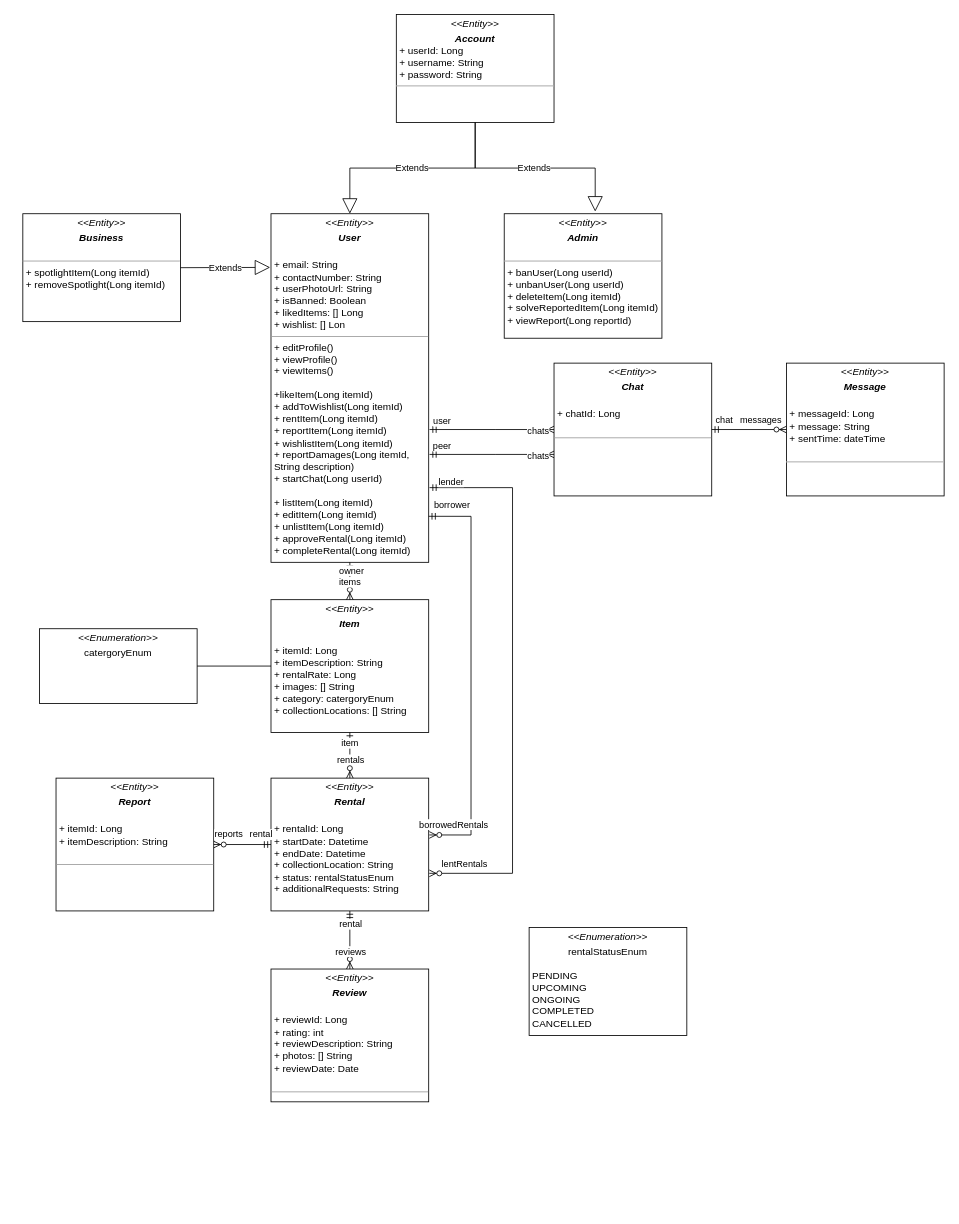
TohDeKai/SharEco keeps this draw.io diagram as Class Diagram.drawio. Above is the earlier version. Source tidied: cells renumbered, new cells numbered last; positions are measured from the earlier drawing's top-left corner, leaving out a move shared by most shapes. Both pictures are drawn from the tidied source at 83%, with x=0, y=0 at pixel (22, 14).
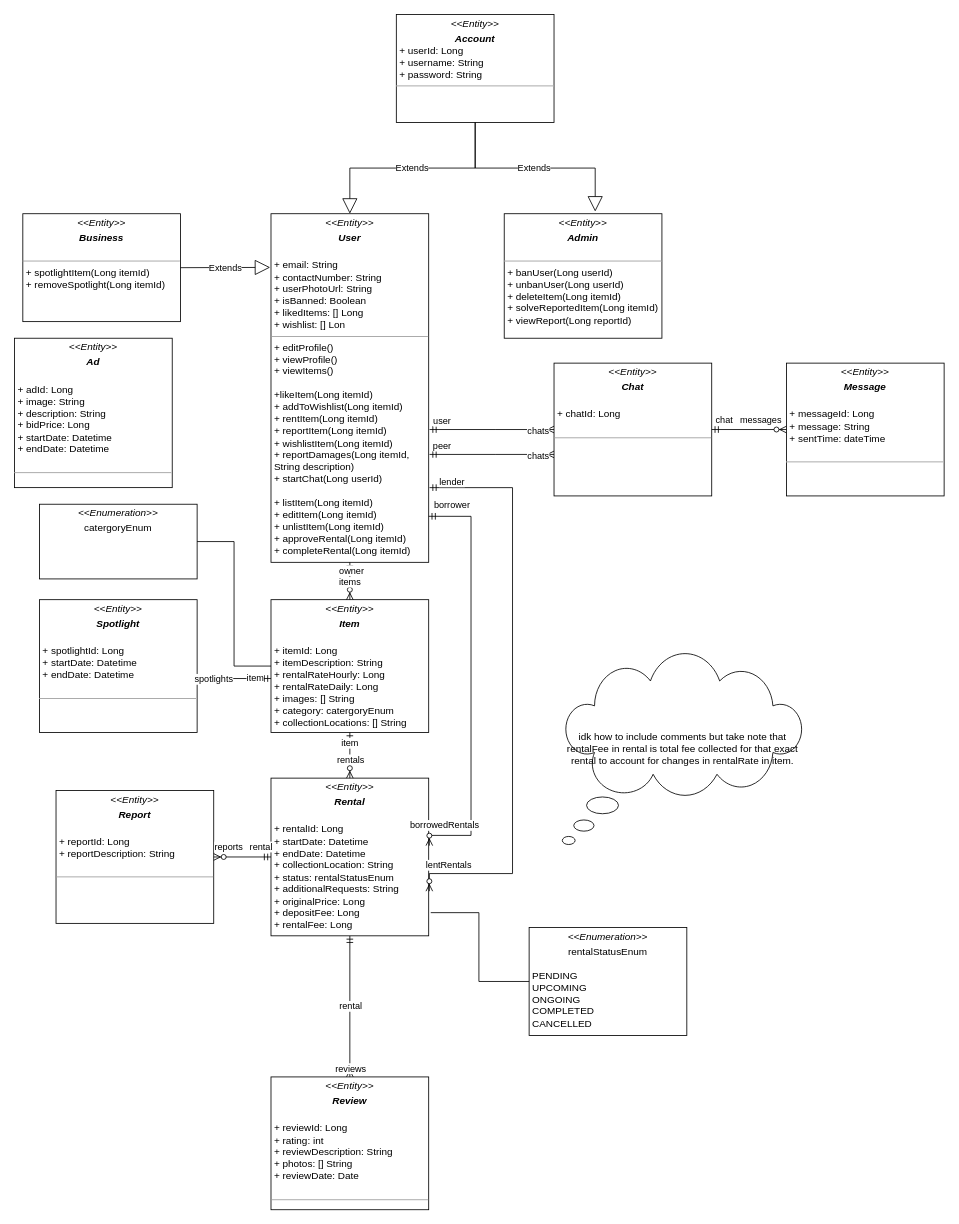
After the change.

The change refers to these unchanged cells:
```xml
<mxCell id="13" style="fontSize=12;html=1;endArrow=ERzeroToMany;startArrow=ERmandOne;rounded=0;exitX=0.5;exitY=1;exitDx=0;exitDy=0;entryX=0.5;entryY=0;entryDx=0;entryDy=0;" parent="1" edge="1" source="17" target="16">
  <mxGeometry relative="1" as="geometry" />
</mxCell>
<mxCell id="19" value="&lt;p style=&quot;margin:0px;margin-top:4px;text-align:center;&quot;&gt;&lt;i&gt;&amp;lt;&amp;lt;Enumeration&amp;gt;&amp;gt;&lt;/i&gt;&lt;/p&gt;&lt;p style=&quot;margin:0px;margin-top:4px;text-align:center;&quot;&gt;rentalStatusEnum&lt;/p&gt;&lt;p style=&quot;margin:0px;margin-left:4px;&quot;&gt;&lt;br&gt;&lt;/p&gt;&lt;p style=&quot;margin:0px;margin-left:4px;&quot;&gt;PENDING&lt;/p&gt;&lt;p style=&quot;margin:0px;margin-left:4px;&quot;&gt;UPCOMING&lt;/p&gt;&lt;p style=&quot;margin:0px;margin-left:4px;&quot;&gt;ONGOING&lt;/p&gt;&lt;p style=&quot;margin:0px;margin-left:4px;&quot;&gt;COMPLETED&lt;/p&gt;&lt;p style=&quot;margin:0px;margin-left:4px;&quot;&gt;CANCELLED&lt;/p&gt;&lt;p style=&quot;margin:0px;margin-left:4px;&quot;&gt;&lt;br&gt;&lt;/p&gt;" style="verticalAlign=top;align=left;overflow=fill;fontSize=12;fontFamily=Helvetica;html=1;whiteSpace=wrap;" parent="1" vertex="1">
  <mxGeometry x="610" y="1100" width="190" height="130" as="geometry" />
</mxCell>
```

What changed in the source:
```diff
@@
-    <mxCell id="9" value="&lt;p style=&quot;margin:0px;margin-top:4px;text-align:center;&quot;&gt;&lt;i&gt;&amp;lt;&amp;lt;Entity&amp;gt;&amp;gt;&lt;/i&gt;&lt;/p&gt;&lt;p style=&quot;margin:0px;margin-top:4px;text-align:center;&quot;&gt;&lt;i&gt;&lt;b&gt;Item&lt;/b&gt;&lt;/i&gt;&lt;br&gt;&lt;/p&gt;&lt;p style=&quot;margin:0px;margin-top:4px;text-align:center;&quot;&gt;&lt;br&gt;&lt;/p&gt;&lt;p style=&quot;margin:0px;margin-left:4px;&quot;&gt;+ itemId: Long&lt;br&gt;&lt;/p&gt;&lt;p style=&quot;margin:0px;margin-left:4px;&quot;&gt;+ itemDescription: String&lt;/p&gt;&lt;p style=&quot;margin:0px;margin-left:4px;&quot;&gt;+ rentalRate: Long&lt;/p&gt;&lt;p style=&quot;margin:0px;margin-left:4px;&quot;&gt;+ images: [] String&lt;/p&gt;&lt;p style=&quot;margin:0px;margin-left:4px;&quot;&gt;+ category: catergoryEnum&lt;/p&gt;&lt;p style=&quot;margin:0px;margin-left:4px;&quot;&gt;+ collectionLocations: [] String&lt;/p&gt;&lt;p style=&quot;margin:0px;margin-left:4px;&quot;&gt;&lt;br&gt;&lt;/p&gt;&lt;p style=&quot;margin:0px;margin-left:4px;&quot;&gt;&lt;br&gt;&lt;/p&gt;&lt;hr size=&quot;1&quot;&gt;&lt;p style=&quot;margin:0px;margin-left:4px;&quot;&gt;&lt;br&gt;&lt;/p&gt;" style="verticalAlign=top;align=left;overflow=fill;fontSize=12;fontFamily=Helvetica;html=1;whiteSpace=wrap;" parent="1" vertex="1">
+    <mxCell id="9" value="&lt;p style=&quot;margin:0px;margin-top:4px;text-align:center;&quot;&gt;&lt;i&gt;&amp;lt;&amp;lt;Entity&amp;gt;&amp;gt;&lt;/i&gt;&lt;/p&gt;&lt;p style=&quot;margin:0px;margin-top:4px;text-align:center;&quot;&gt;&lt;i&gt;&lt;b&gt;Item&lt;/b&gt;&lt;/i&gt;&lt;br&gt;&lt;/p&gt;&lt;p style=&quot;margin:0px;margin-top:4px;text-align:center;&quot;&gt;&lt;br&gt;&lt;/p&gt;&lt;p style=&quot;margin:0px;margin-left:4px;&quot;&gt;+ itemId: Long&lt;br&gt;&lt;/p&gt;&lt;p style=&quot;margin:0px;margin-left:4px;&quot;&gt;+ itemDescription: String&lt;/p&gt;&lt;p style=&quot;margin:0px;margin-left:4px;&quot;&gt;+ rentalRateHourly: Long&lt;/p&gt;&lt;p style=&quot;margin:0px;margin-left:4px;&quot;&gt;+ rentalRateDaily: Long&lt;/p&gt;&lt;p style=&quot;margin:0px;margin-left:4px;&quot;&gt;+ images: [] String&lt;/p&gt;&lt;p style=&quot;margin:0px;margin-left:4px;&quot;&gt;+ category: catergoryEnum&lt;/p&gt;&lt;p style=&quot;margin:0px;margin-left:4px;&quot;&gt;+ collectionLocations: [] String&lt;/p&gt;&lt;p style=&quot;margin:0px;margin-left:4px;&quot;&gt;&lt;br&gt;&lt;/p&gt;&lt;p style=&quot;margin:0px;margin-left:4px;&quot;&gt;&lt;br&gt;&lt;/p&gt;&lt;hr size=&quot;1&quot;&gt;&lt;p style=&quot;margin:0px;margin-left:4px;&quot;&gt;&lt;br&gt;&lt;/p&gt;" style="verticalAlign=top;align=left;overflow=fill;fontSize=12;fontFamily=Helvetica;html=1;whiteSpace=wrap;" parent="1" vertex="1">
       <mxGeometry x="299" y="705" width="190" height="160" as="geometry" />
     </mxCell>
@@
     <mxCell id="14" value="rental" style="edgeLabel;html=1;align=center;verticalAlign=middle;" parent="13" vertex="1">
-      <mxGeometry x="-0.57" relative="1" as="geometry" />
+      <mxGeometry x="-0.57" relative="1" as="geometry">
+        <mxPoint y="47" as="offset" />
+      </mxGeometry>
     </mxCell>
     <mxCell id="15" value="reviews" style="edgeLabel;html=1;align=center;verticalAlign=middle;" parent="13" vertex="1">
-      <mxGeometry x="0.37" relative="1" as="geometry" />
+      <mxGeometry x="0.37" relative="1" as="geometry">
+        <mxPoint y="43" as="offset" />
+      </mxGeometry>
     </mxCell>
     <mxCell id="16" value="&lt;p style=&quot;margin:0px;margin-top:4px;text-align:center;&quot;&gt;&lt;i&gt;&amp;lt;&amp;lt;Entity&amp;gt;&amp;gt;&lt;/i&gt;&lt;/p&gt;&lt;p style=&quot;margin:0px;margin-top:4px;text-align:center;&quot;&gt;&lt;b&gt;&lt;i&gt;Review&lt;/i&gt;&lt;/b&gt;&lt;/p&gt;&lt;p style=&quot;margin:0px;margin-top:4px;text-align:center;&quot;&gt;&lt;b&gt;&lt;i&gt;&lt;br&gt;&lt;/i&gt;&lt;/b&gt;&lt;/p&gt;&lt;p style=&quot;margin:0px;margin-left:4px;&quot;&gt;+ reviewId: Long&lt;br&gt;&lt;/p&gt;&lt;p style=&quot;margin:0px;margin-left:4px;&quot;&gt;+ rating: int&lt;/p&gt;&lt;p style=&quot;margin:0px;margin-left:4px;&quot;&gt;+ reviewDescription: String&lt;/p&gt;&lt;p style=&quot;margin:0px;margin-left:4px;&quot;&gt;+ photos: [] String&lt;/p&gt;&lt;p style=&quot;margin:0px;margin-left:4px;&quot;&gt;+ reviewDate: Date&lt;/p&gt;&lt;p style=&quot;margin:0px;margin-left:4px;&quot;&gt;&lt;br&gt;&lt;/p&gt;&lt;hr size=&quot;1&quot;&gt;&lt;p style=&quot;margin:0px;margin-left:4px;&quot;&gt;&lt;br&gt;&lt;/p&gt;" style="verticalAlign=top;align=left;overflow=fill;fontSize=12;fontFamily=Helvetica;html=1;whiteSpace=wrap;" parent="1" vertex="1">
-      <mxGeometry x="299" y="1150" width="190" height="160" as="geometry" />
+      <mxGeometry x="299" y="1280" width="190" height="160" as="geometry" />
     </mxCell>
-    <mxCell id="17" value="&lt;p style=&quot;margin:0px;margin-top:4px;text-align:center;&quot;&gt;&lt;i&gt;&amp;lt;&amp;lt;Entity&amp;gt;&amp;gt;&lt;/i&gt;&lt;/p&gt;&lt;p style=&quot;margin:0px;margin-top:4px;text-align:center;&quot;&gt;&lt;b&gt;&lt;i&gt;Rental&lt;/i&gt;&lt;/b&gt;&lt;/p&gt;&lt;p style=&quot;margin:0px;margin-top:4px;text-align:center;&quot;&gt;&lt;b&gt;&lt;i&gt;&lt;br&gt;&lt;/i&gt;&lt;/b&gt;&lt;/p&gt;&lt;p style=&quot;margin:0px;margin-left:4px;&quot;&gt;+ rentalId: Long&lt;/p&gt;&lt;p style=&quot;margin:0px;margin-left:4px;&quot;&gt;&lt;span style=&quot;background-color: initial;&quot;&gt;+ startDate: Datetime&lt;/span&gt;&lt;br&gt;&lt;/p&gt;&lt;p style=&quot;margin:0px;margin-left:4px;&quot;&gt;+ endDate: Datetime&lt;br&gt;&lt;/p&gt;&lt;p style=&quot;margin:0px;margin-left:4px;&quot;&gt;+ collectionLocation: String&lt;/p&gt;&lt;p style=&quot;margin:0px;margin-left:4px;&quot;&gt;+ status: rentalStatusEnum&lt;/p&gt;&lt;p style=&quot;border-color: var(--border-color); margin: 0px 0px 0px 4px;&quot;&gt;+ additionalRequests: String&lt;/p&gt;&lt;div&gt;&lt;br&gt;&lt;/div&gt;&lt;hr size=&quot;1&quot;&gt;&lt;p style=&quot;margin:0px;margin-left:4px;&quot;&gt;&lt;br&gt;&lt;/p&gt;" style="verticalAlign=top;align=left;overflow=fill;fontSize=12;fontFamily=Helvetica;html=1;whiteSpace=wrap;" parent="1" vertex="1">
-      <mxGeometry x="299" y="920" width="190" height="160" as="geometry" />
+    <mxCell id="17" value="&lt;p style=&quot;margin:0px;margin-top:4px;text-align:center;&quot;&gt;&lt;i&gt;&amp;lt;&amp;lt;Entity&amp;gt;&amp;gt;&lt;/i&gt;&lt;/p&gt;&lt;p style=&quot;margin:0px;margin-top:4px;text-align:center;&quot;&gt;&lt;b&gt;&lt;i&gt;Rental&lt;/i&gt;&lt;/b&gt;&lt;/p&gt;&lt;p style=&quot;margin:0px;margin-top:4px;text-align:center;&quot;&gt;&lt;b&gt;&lt;i&gt;&lt;br&gt;&lt;/i&gt;&lt;/b&gt;&lt;/p&gt;&lt;p style=&quot;margin:0px;margin-left:4px;&quot;&gt;+ rentalId: Long&lt;/p&gt;&lt;p style=&quot;margin:0px;margin-left:4px;&quot;&gt;&lt;span style=&quot;background-color: initial;&quot;&gt;+ startDate: Datetime&lt;/span&gt;&lt;br&gt;&lt;/p&gt;&lt;p style=&quot;margin:0px;margin-left:4px;&quot;&gt;+ endDate: Datetime&lt;br&gt;&lt;/p&gt;&lt;p style=&quot;margin:0px;margin-left:4px;&quot;&gt;+ collectionLocation: String&lt;/p&gt;&lt;p style=&quot;margin:0px;margin-left:4px;&quot;&gt;+ status: rentalStatusEnum&lt;/p&gt;&lt;p style=&quot;border-color: var(--border-color); margin: 0px 0px 0px 4px;&quot;&gt;+ additionalRequests: String&lt;/p&gt;&lt;p style=&quot;border-color: var(--border-color); margin: 0px 0px 0px 4px;&quot;&gt;+ originalPrice: Long&lt;/p&gt;&lt;p style=&quot;border-color: var(--border-color); margin: 0px 0px 0px 4px;&quot;&gt;+ depositFee: Long&lt;/p&gt;&lt;p style=&quot;border-color: var(--border-color); margin: 0px 0px 0px 4px;&quot;&gt;+ rentalFee: Long&lt;/p&gt;&lt;p style=&quot;border-color: var(--border-color); margin: 0px 0px 0px 4px;&quot;&gt;&lt;br&gt;&lt;/p&gt;&lt;div&gt;&lt;br&gt;&lt;/div&gt;&lt;hr size=&quot;1&quot;&gt;&lt;p style=&quot;margin:0px;margin-left:4px;&quot;&gt;&lt;br&gt;&lt;/p&gt;" style="verticalAlign=top;align=left;overflow=fill;fontSize=12;fontFamily=Helvetica;html=1;whiteSpace=wrap;" parent="1" vertex="1">
+      <mxGeometry x="299" y="920" width="190" height="190" as="geometry" />
     </mxCell>
     <mxCell id="18" value="&lt;p style=&quot;margin:0px;margin-top:4px;text-align:center;&quot;&gt;&lt;i&gt;&amp;lt;&amp;lt;Enumeration&amp;gt;&amp;gt;&lt;/i&gt;&lt;/p&gt;&lt;p style=&quot;margin:0px;margin-top:4px;text-align:center;&quot;&gt;catergoryEnum&lt;br&gt;&lt;/p&gt;&lt;p style=&quot;margin:0px;margin-left:4px;&quot;&gt;&lt;br&gt;&lt;/p&gt;&lt;p style=&quot;margin:0px;margin-left:4px;&quot;&gt;&lt;br&gt;&lt;/p&gt;" style="verticalAlign=top;align=left;overflow=fill;fontSize=12;fontFamily=Helvetica;html=1;whiteSpace=wrap;" parent="1" vertex="1">
-      <mxGeometry x="20" y="740" width="190" height="90" as="geometry" />
+      <mxGeometry x="20" y="590" width="190" height="90" as="geometry" />
     </mxCell>
@@
-    <mxCell id="23" value="&lt;p style=&quot;margin:0px;margin-top:4px;text-align:center;&quot;&gt;&lt;i&gt;&amp;lt;&amp;lt;Entity&amp;gt;&amp;gt;&lt;/i&gt;&lt;/p&gt;&lt;p style=&quot;margin:0px;margin-top:4px;text-align:center;&quot;&gt;&lt;i&gt;&lt;b&gt;Report&lt;/b&gt;&lt;/i&gt;&lt;br&gt;&lt;/p&gt;&lt;p style=&quot;margin:0px;margin-top:4px;text-align:center;&quot;&gt;&lt;br&gt;&lt;/p&gt;&lt;p style=&quot;margin:0px;margin-left:4px;&quot;&gt;+ itemId: Long&lt;br&gt;&lt;/p&gt;&lt;p style=&quot;margin:0px;margin-left:4px;&quot;&gt;+ itemDescription: String&lt;/p&gt;&lt;p style=&quot;margin:0px;margin-left:4px;&quot;&gt;&lt;br&gt;&lt;/p&gt;&lt;hr size=&quot;1&quot;&gt;&lt;p style=&quot;margin:0px;margin-left:4px;&quot;&gt;&lt;br&gt;&lt;/p&gt;" style="verticalAlign=top;align=left;overflow=fill;fontSize=12;fontFamily=Helvetica;html=1;whiteSpace=wrap;" parent="1" vertex="1">
-      <mxGeometry x="40" y="920" width="190" height="160" as="geometry" />
+    <mxCell id="23" value="&lt;p style=&quot;margin:0px;margin-top:4px;text-align:center;&quot;&gt;&lt;i&gt;&amp;lt;&amp;lt;Entity&amp;gt;&amp;gt;&lt;/i&gt;&lt;/p&gt;&lt;p style=&quot;margin:0px;margin-top:4px;text-align:center;&quot;&gt;&lt;i&gt;&lt;b&gt;Report&lt;/b&gt;&lt;/i&gt;&lt;br&gt;&lt;/p&gt;&lt;p style=&quot;margin:0px;margin-top:4px;text-align:center;&quot;&gt;&lt;br&gt;&lt;/p&gt;&lt;p style=&quot;margin:0px;margin-left:4px;&quot;&gt;+ reportId: Long&lt;br&gt;&lt;/p&gt;&lt;p style=&quot;margin:0px;margin-left:4px;&quot;&gt;+ reportDescription: String&lt;/p&gt;&lt;p style=&quot;margin:0px;margin-left:4px;&quot;&gt;&lt;br&gt;&lt;/p&gt;&lt;hr size=&quot;1&quot;&gt;&lt;p style=&quot;margin:0px;margin-left:4px;&quot;&gt;&lt;br&gt;&lt;/p&gt;" style="verticalAlign=top;align=left;overflow=fill;fontSize=12;fontFamily=Helvetica;html=1;whiteSpace=wrap;" parent="1" vertex="1">
+      <mxGeometry x="40" y="935" width="190" height="160" as="geometry" />
     </mxCell>
@@
-    <mxCell id="27" style="endArrow=none;html=1;rounded=0;entryX=0;entryY=0.5;entryDx=0;entryDy=0;exitX=1;exitY=0.5;exitDx=0;exitDy=0;" parent="1" edge="1" source="18" target="9">
+    <mxCell id="27" style="endArrow=none;html=1;rounded=0;entryX=0;entryY=0.5;entryDx=0;entryDy=0;exitX=1;exitY=0.5;exitDx=0;exitDy=0;edgeStyle=orthogonalEdgeStyle;" parent="1" edge="1" source="18" target="9">
       <mxGeometry relative="1" as="geometry" />
     </mxCell>
@@
+    <mxCell id="45" value="idk how to include comments but take note that rentalFee in rental is total fee collected for that exact rental to account for changes in rentalRate in item." style="whiteSpace=wrap;html=1;shape=mxgraph.basic.cloud_callout;" parent="1" vertex="1">
+      <mxGeometry x="650" y="770" width="290" height="230" as="geometry" />
+    </mxCell>
+    <mxCell id="46" style="endArrow=none;html=1;rounded=0;entryX=1.013;entryY=0.853;entryDx=0;entryDy=0;exitX=0;exitY=0.5;exitDx=0;exitDy=0;edgeStyle=orthogonalEdgeStyle;entryPerimeter=0;" parent="1" edge="1" source="19" target="17">
+      <mxGeometry relative="1" as="geometry" />
+    </mxCell>
+    <mxCell id="47" value="&lt;p style=&quot;margin:0px;margin-top:4px;text-align:center;&quot;&gt;&lt;i&gt;&amp;lt;&amp;lt;Entity&amp;gt;&amp;gt;&lt;/i&gt;&lt;/p&gt;&lt;p style=&quot;margin:0px;margin-top:4px;text-align:center;&quot;&gt;&lt;b&gt;&lt;i&gt;Spotlight&lt;/i&gt;&lt;/b&gt;&lt;/p&gt;&lt;p style=&quot;margin:0px;margin-top:4px;text-align:center;&quot;&gt;&lt;b&gt;&lt;i&gt;&lt;br&gt;&lt;/i&gt;&lt;/b&gt;&lt;/p&gt;&lt;p style=&quot;margin:0px;margin-left:4px;&quot;&gt;+ spotlightId: Long&lt;br&gt;&lt;/p&gt;&lt;p style=&quot;margin:0px;margin-left:4px;&quot;&gt;+ startDate: Datetime&lt;/p&gt;&lt;p style=&quot;margin:0px;margin-left:4px;&quot;&gt;+ endDate: Datetime&lt;/p&gt;&lt;p style=&quot;margin:0px;margin-left:4px;&quot;&gt;&amp;nbsp;&lt;/p&gt;&lt;hr size=&quot;1&quot;&gt;&lt;p style=&quot;margin:0px;margin-left:4px;&quot;&gt;&lt;br&gt;&lt;/p&gt;" style="verticalAlign=top;align=left;overflow=fill;fontSize=12;fontFamily=Helvetica;html=1;whiteSpace=wrap;" parent="1" vertex="1">
+      <mxGeometry x="20" y="705" width="190" height="160" as="geometry" />
+    </mxCell>
+    <mxCell id="48" style="fontSize=12;html=1;endArrow=ERzeroToMany;startArrow=ERmandOne;rounded=0;exitX=0;exitY=0.5;exitDx=0;exitDy=0;entryX=1;entryY=0.5;entryDx=0;entryDy=0;" parent="1" edge="1">
+      <mxGeometry relative="1" as="geometry">
+        <mxPoint x="299" y="800" as="sourcePoint" />
+        <mxPoint x="210" y="800" as="targetPoint" />
+      </mxGeometry>
+    </mxCell>
+    <mxCell id="49" value="spotlights" style="edgeLabel;html=1;align=center;verticalAlign=middle;" parent="48" vertex="1">
+      <mxGeometry x="0.58" relative="1" as="geometry" />
+    </mxCell>
+    <mxCell id="50" value="item" style="edgeLabel;html=1;align=center;verticalAlign=middle;" parent="48" vertex="1">
+      <mxGeometry x="-0.55" y="-1" relative="1" as="geometry" />
+    </mxCell>
+    <mxCell id="51" value="&lt;p style=&quot;margin:0px;margin-top:4px;text-align:center;&quot;&gt;&lt;i&gt;&amp;lt;&amp;lt;Entity&amp;gt;&amp;gt;&lt;/i&gt;&lt;/p&gt;&lt;p style=&quot;margin:0px;margin-top:4px;text-align:center;&quot;&gt;&lt;b&gt;&lt;i&gt;Ad&lt;/i&gt;&lt;/b&gt;&lt;/p&gt;&lt;p style=&quot;margin:0px;margin-top:4px;text-align:center;&quot;&gt;&lt;b&gt;&lt;i&gt;&lt;br&gt;&lt;/i&gt;&lt;/b&gt;&lt;/p&gt;&lt;p style=&quot;margin:0px;margin-left:4px;&quot;&gt;&lt;span style=&quot;background-color: initial;&quot;&gt;+ adId: Long&lt;/span&gt;&lt;/p&gt;&lt;p style=&quot;margin:0px;margin-left:4px;&quot;&gt;&lt;span style=&quot;background-color: initial;&quot;&gt;+ image: String&lt;/span&gt;&lt;/p&gt;&lt;p style=&quot;margin:0px;margin-left:4px;&quot;&gt;&lt;span style=&quot;background-color: initial;&quot;&gt;+ description: String&lt;/span&gt;&lt;/p&gt;&lt;p style=&quot;margin:0px;margin-left:4px;&quot;&gt;&lt;span style=&quot;background-color: initial;&quot;&gt;+ bidPrice: Long&lt;/span&gt;&lt;/p&gt;&lt;p style=&quot;margin:0px;margin-left:4px;&quot;&gt;&lt;span style=&quot;background-color: initial;&quot;&gt;+ startDate: Datetime&lt;/span&gt;&lt;/p&gt;&lt;p style=&quot;margin:0px;margin-left:4px;&quot;&gt;&lt;span style=&quot;background-color: initial;&quot;&gt;+ endDate: Datetime&lt;/span&gt;&lt;/p&gt;&lt;p style=&quot;margin:0px;margin-left:4px;&quot;&gt;&amp;nbsp;&lt;/p&gt;&lt;hr size=&quot;1&quot;&gt;&lt;p style=&quot;margin:0px;margin-left:4px;&quot;&gt;&lt;br&gt;&lt;/p&gt;" style="verticalAlign=top;align=left;overflow=fill;fontSize=12;fontFamily=Helvetica;html=1;whiteSpace=wrap;" parent="1" vertex="1">
+      <mxGeometry x="-10" y="390" width="190" height="180" as="geometry" />
+    </mxCell>
```
